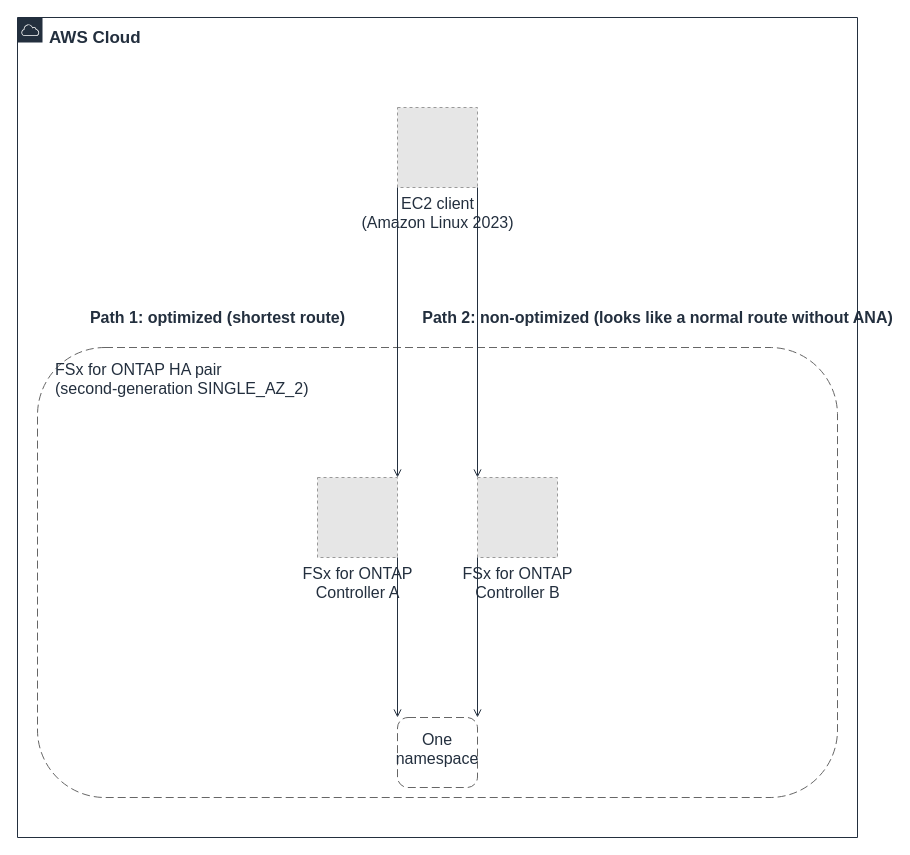
Before: docs/_assets/diagrams/s3burst-block-b-multipath-en.drawio in Yoshiki0705/S3-Burst-on-ONTAP-Files, a draw.io diagram. Source tidied: cells renumbered, new cells numbered last; positions are measured from the earlier drawing's top-left corner, leaving out a move shared by most shapes. Both pictures are drawn from the tidied source at 100%, with x=0, y=0 at pixel (17, 17). Pictures stored in the file or linked from it are replaced by grey dashed boxes.
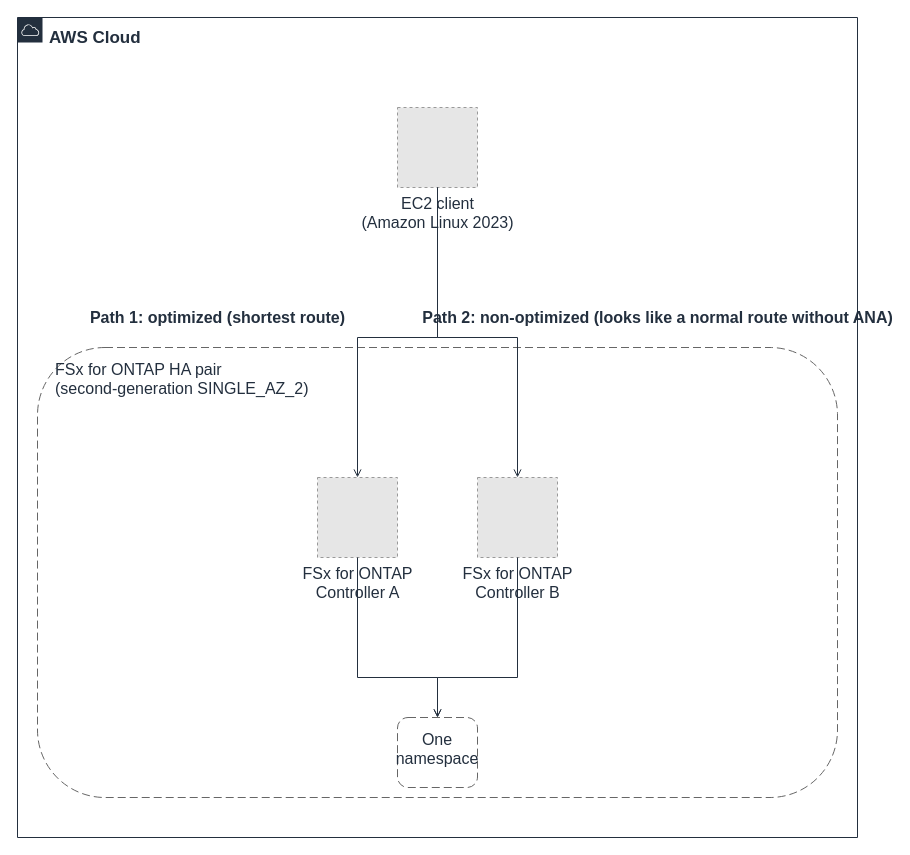
The same page after the edit.

Unchanged cells that the change refers to:
```xml
<mxCell id="4" value="One namespace" style="rounded=1;whiteSpace=wrap;html=1;dashed=1;dashPattern=8 4;strokeColor=#666666;fillColor=none;fontColor=#232F3E;fontSize=16;verticalAlign=top;align=center;spacingTop=6;" parent="1" vertex="1">
  <mxGeometry x="380" y="700" width="80" height="70" as="geometry" />
</mxCell>
<mxCell id="7" value="EC2 client&#10;(Amazon Linux 2023)" style="fillColor=#E6E6E6;strokeColor=#999999;dashed=1;html=1;verticalLabelPosition=bottom;verticalAlign=top;labelPosition=center;align=center;fontSize=16;fontColor=#232F3E;" parent="1" vertex="1">
  <mxGeometry x="380" y="90" width="80" height="80" as="geometry" />
</mxCell>
<mxCell id="8" value="FSx for ONTAP&#10;Controller A" style="fillColor=#E6E6E6;strokeColor=#999999;dashed=1;html=1;verticalLabelPosition=bottom;verticalAlign=top;labelPosition=center;align=center;fontSize=16;fontColor=#232F3E;" parent="1" vertex="1">
  <mxGeometry x="300" y="460" width="80" height="80" as="geometry" />
</mxCell>
<mxCell id="9" value="FSx for ONTAP&#10;Controller B" style="fillColor=#E6E6E6;strokeColor=#999999;dashed=1;html=1;verticalLabelPosition=bottom;verticalAlign=top;labelPosition=center;align=center;fontSize=16;fontColor=#232F3E;" parent="1" vertex="1">
  <mxGeometry x="460" y="460" width="80" height="80" as="geometry" />
</mxCell>
```

Diff of the diagram source:
```diff
@@
-    <mxCell id="10" style="edgeStyle=orthogonalEdgeStyle;rounded=0;html=1;endArrow=open;endFill=0;strokeColor=#232F3E;strokeWidth=1;fontSize=16;fontColor=#232F3E;exitX=0.0;exitY=1.0;exitDx=0;exitDy=0;entryX=1.0;entryY=0.0;entryDx=0;entryDy=0;" parent="1" edge="1" source="7" target="8">
-      <mxGeometry relative="1" as="geometry" />
+    <mxCell id="10" style="edgeStyle=orthogonalEdgeStyle;rounded=0;html=1;endArrow=open;endFill=0;strokeColor=#232F3E;strokeWidth=1;fontSize=16;fontColor=#232F3E;exitX=0.5;exitY=1.0;exitDx=0;exitDy=0;entryX=0.5;entryY=0.0;entryDx=0;entryDy=0;" parent="1" edge="1" source="7" target="8">
+      <mxGeometry relative="1" as="geometry">
+        <Array as="points">
+          <mxPoint x="420" y="320" />
+          <mxPoint x="340" y="320" />
+        </Array>
+      </mxGeometry>
     </mxCell>
-    <mxCell id="11" style="edgeStyle=orthogonalEdgeStyle;rounded=0;html=1;endArrow=open;endFill=0;strokeColor=#232F3E;strokeWidth=1;fontSize=16;fontColor=#232F3E;exitX=1.0;exitY=1.0;exitDx=0;exitDy=0;entryX=0.0;entryY=0.0;entryDx=0;entryDy=0;" parent="1" edge="1" source="7" target="9">
-      <mxGeometry relative="1" as="geometry" />
+    <mxCell id="11" style="edgeStyle=orthogonalEdgeStyle;rounded=0;html=1;endArrow=open;endFill=0;strokeColor=#232F3E;strokeWidth=1;fontSize=16;fontColor=#232F3E;exitX=0.5;exitY=1.0;exitDx=0;exitDy=0;entryX=0.5;entryY=0.0;entryDx=0;entryDy=0;" parent="1" edge="1" source="7" target="9">
+      <mxGeometry relative="1" as="geometry">
+        <Array as="points">
+          <mxPoint x="420" y="320" />
+          <mxPoint x="500" y="320" />
+        </Array>
+      </mxGeometry>
     </mxCell>
-    <mxCell id="12" style="edgeStyle=orthogonalEdgeStyle;rounded=0;html=1;endArrow=open;endFill=0;strokeColor=#232F3E;strokeWidth=1;fontSize=16;fontColor=#232F3E;exitX=1.0;exitY=1.0;exitDx=0;exitDy=0;entryX=0.0;entryY=0.0;entryDx=0;entryDy=0;" parent="1" edge="1" source="8" target="4">
-      <mxGeometry relative="1" as="geometry" />
+    <mxCell id="12" style="edgeStyle=orthogonalEdgeStyle;rounded=0;html=1;endArrow=open;endFill=0;strokeColor=#232F3E;strokeWidth=1;fontSize=16;fontColor=#232F3E;exitX=0.5;exitY=1.0;exitDx=0;exitDy=0;entryX=0.5;entryY=0.0;entryDx=0;entryDy=0;" parent="1" edge="1" source="8" target="4">
+      <mxGeometry relative="1" as="geometry">
+        <Array as="points">
+          <mxPoint x="340" y="660" />
+          <mxPoint x="420" y="660" />
+        </Array>
+      </mxGeometry>
     </mxCell>
-    <mxCell id="13" style="edgeStyle=orthogonalEdgeStyle;rounded=0;html=1;endArrow=open;endFill=0;strokeColor=#232F3E;strokeWidth=1;fontSize=16;fontColor=#232F3E;exitX=0.0;exitY=1.0;exitDx=0;exitDy=0;entryX=1.0;entryY=0.0;entryDx=0;entryDy=0;" parent="1" edge="1" source="9" target="4">
-      <mxGeometry relative="1" as="geometry" />
+    <mxCell id="13" style="edgeStyle=orthogonalEdgeStyle;rounded=0;html=1;endArrow=open;endFill=0;strokeColor=#232F3E;strokeWidth=1;fontSize=16;fontColor=#232F3E;exitX=0.5;exitY=1.0;exitDx=0;exitDy=0;entryX=0.5;entryY=0.0;entryDx=0;entryDy=0;" parent="1" edge="1" source="9" target="4">
+      <mxGeometry relative="1" as="geometry">
+        <Array as="points">
+          <mxPoint x="500" y="660" />
+          <mxPoint x="420" y="660" />
+        </Array>
+      </mxGeometry>
     </mxCell>
```
